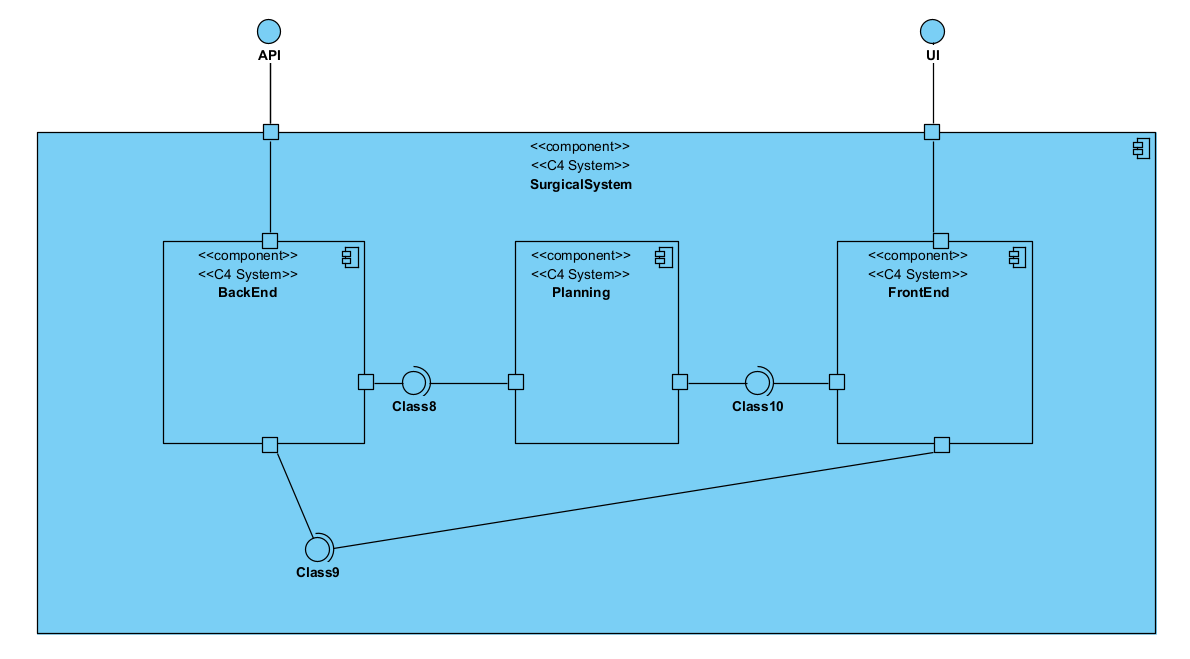
MiguelCardoso77/SurgicalSync-BackEnd keeps this PlantUML diagram as Wiki/SprintA/diagrams/views/level2/logical-view/logical-view.png. Above is the earlier version. Its source is kept beside it as Wiki/SprintA/diagrams/views/level1/logical-view/logical-view.puml.
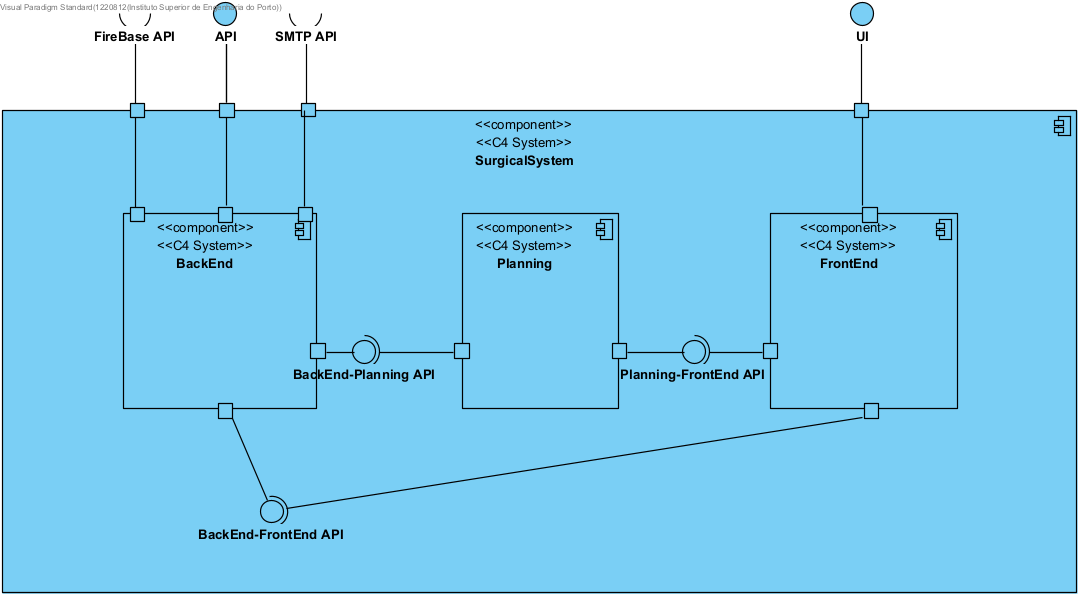
The same diagram one commit later.

Commit message:
Designing the level 3 - logical view diagram

The edit, as a diff of the source:
```diff
@@ -23,14 +23,20 @@
 
 interface "API" as API
 interface "UI" as UI
+interface "FireBase API"as FB
+interface "SMTP API" as SMTP
 
 component "SurgicalSync" <<component>><<system(C4)>>{
     portin " " as PI1 #lightBlue
     portin " " as PI2 #LightBlue
+    portin " " as PI3 #lightBlue
+    portin " " as PI4 #LightBlue
 }
 
 API--PI1
 UI--PI2
+FB--PI3
+SMTP--PI4
 
 
 @enduml
```
